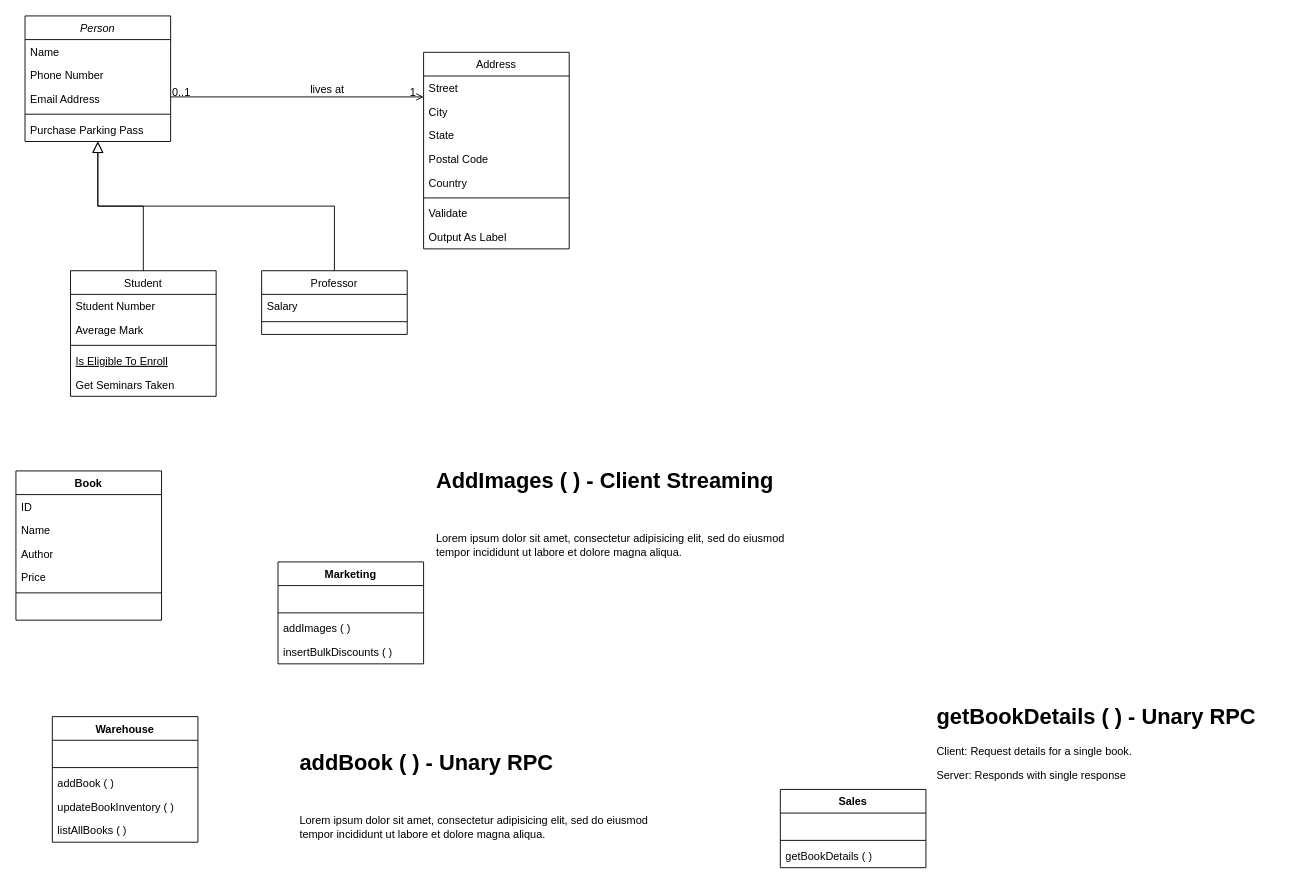
This is Question1_gRPC.drawio from sergio-oliveira-br/distsys, a draw.io file, before an edit. Source tidied: cells renumbered, new cells numbered last; positions are measured from the earlier drawing's top-left corner, leaving out a move shared by most shapes. Both pictures are drawn from the tidied source at 91%, with x=0, y=0 at pixel (15, 15).
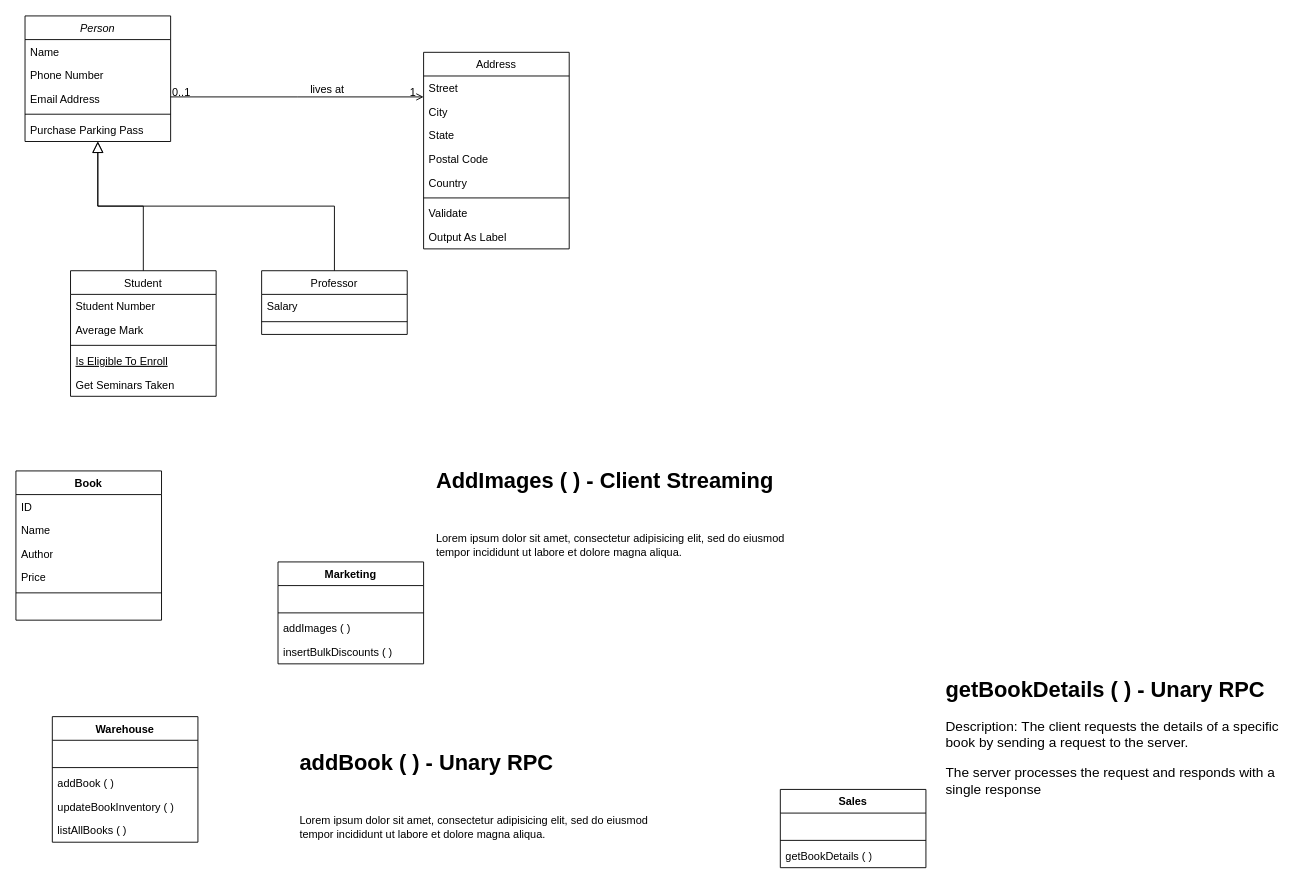
The same diagram, later.

What changed in the source:
```diff
@@
-    <mxCell id="56" value="&lt;h1 style=&quot;margin-top: 0px;&quot;&gt;getBookDetails ( ) - Unary RPC&lt;/h1&gt;&lt;p&gt;Client: Request details for a single book.&lt;/p&gt;&lt;p&gt;Server: Responds with single response&lt;/p&gt;" style="text;html=1;whiteSpace=wrap;overflow=hidden;rounded=0;" parent="1" vertex="1">
-      <mxGeometry x="1010" y="750" width="390" height="120" as="geometry" />
+    <mxCell id="56" value="&lt;h1 style=&quot;margin-top: 0px;&quot;&gt;getBookDetails ( ) - Unary RPC&lt;/h1&gt;&lt;p style=&quot;font-size: 15px;&quot;&gt;&lt;font style=&quot;font-size: 15px;&quot;&gt;Description:&amp;nbsp;&lt;/font&gt;The client requests the details of a specific book by sending a request to the server.&amp;nbsp;&lt;/p&gt;&lt;p style=&quot;font-size: 15px;&quot;&gt;The server processes the request and responds with a single response&lt;/p&gt;" style="text;html=1;whiteSpace=wrap;overflow=hidden;rounded=0;" parent="1" vertex="1">
+      <mxGeometry x="1020" y="720" width="390" height="180" as="geometry" />
     </mxCell>
```
